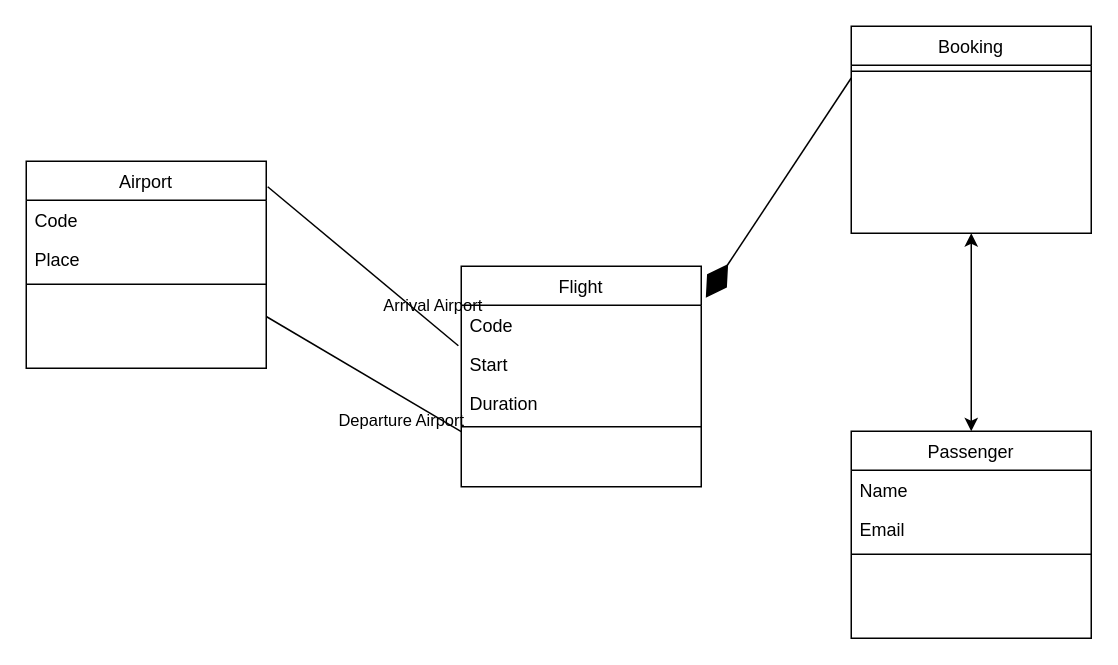
Before: Models.drawio in upkl/odin-rails-advanced-forms-flight-booker, a draw.io diagram. Source tidied: cells renumbered, new cells numbered last; positions are measured from the earlier drawing's top-left corner, leaving out a move shared by most shapes. Both pictures are drawn from the tidied source at 150%, with x=0, y=0 at pixel (26, 26).
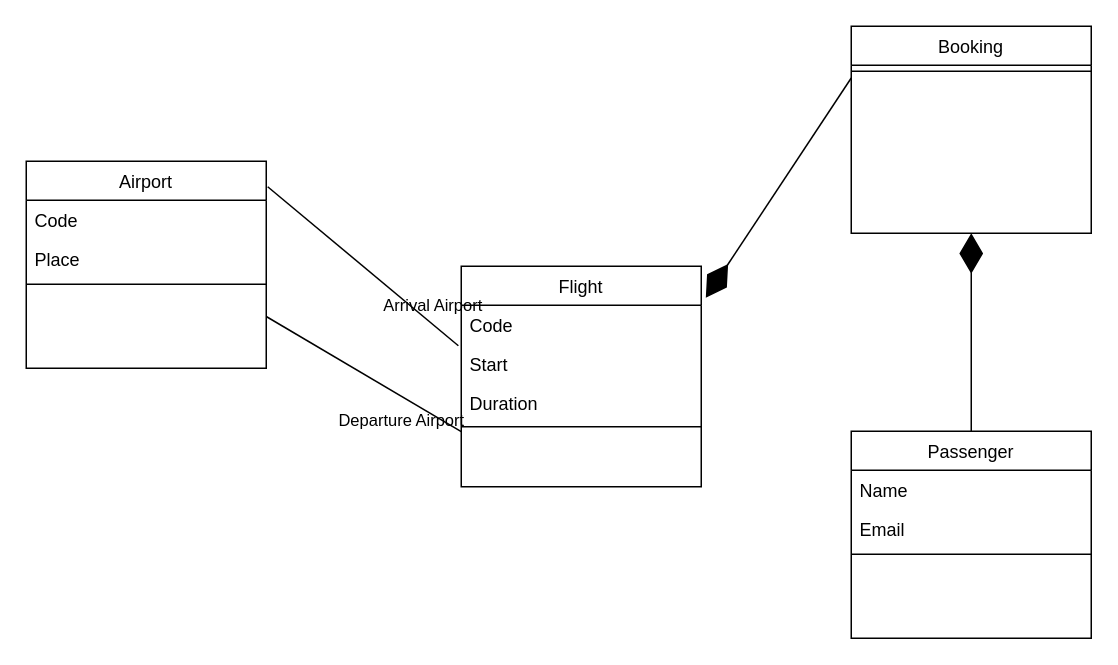
After the change.

Commit message:
updated UML- passengers exist only dependent of the booking

Unchanged cells that the change refers to:
```xml
<mxCell id="15" value="Booking" style="swimlane;fontStyle=0;align=center;verticalAlign=top;horizontal=1;startSize=26;rounded=0;shadow=0;strokeWidth=1;" parent="1" vertex="1">
  <mxGeometry x="550" width="160" height="138" as="geometry" />
</mxCell>
<mxCell id="17" value="Passenger" style="swimlane;fontStyle=0;align=center;verticalAlign=top;horizontal=1;startSize=26;rounded=0;shadow=0;strokeWidth=1;" parent="1" vertex="1">
  <mxGeometry x="550" y="270" width="160" height="138" as="geometry" />
</mxCell>
```

What changed in the source:
```diff
@@
-    <mxCell id="22" style="endArrow=classic;startArrow=classic;html=1;rounded=0;entryX=0.5;entryY=1;entryDx=0;entryDy=0;exitX=0.5;exitY=0;exitDx=0;exitDy=0;" parent="1" edge="1" source="17" target="15">
+    <mxCell id="22" style="endArrow=diamondThin;endFill=1;endSize=24;html=1;rounded=0;exitX=0.5;exitY=0;exitDx=0;exitDy=0;entryX=0.5;entryY=1;entryDx=0;entryDy=0;" parent="1" edge="1" source="17" target="15">
       <mxGeometry relative="1" as="geometry" />
     </mxCell>
```
